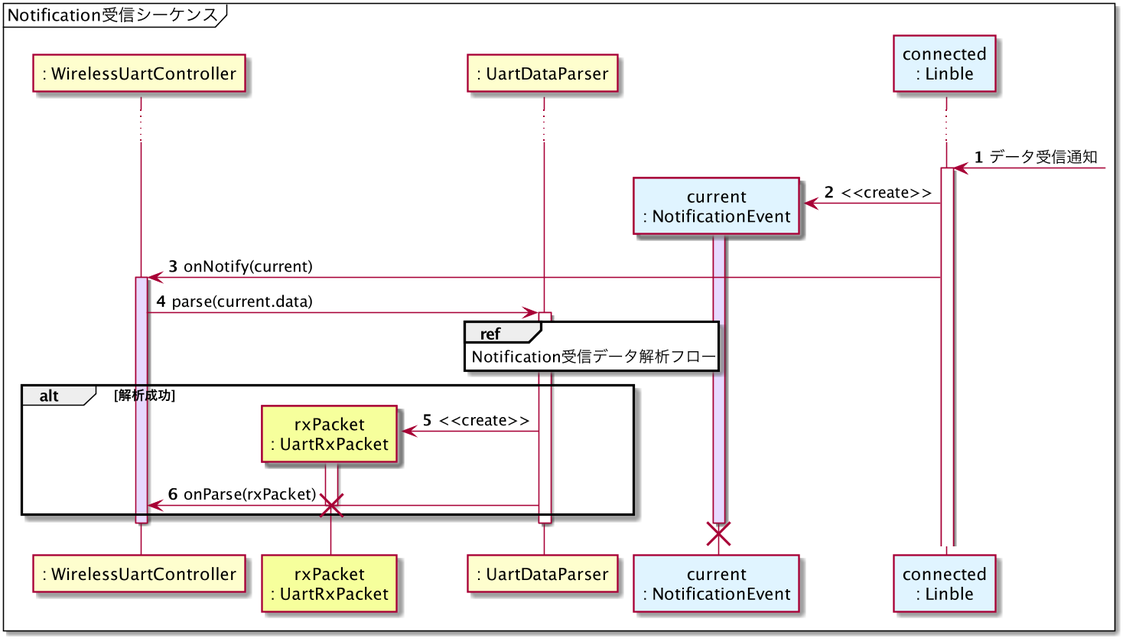
The PlantUML diagram out/plantuml/sequence_handle_notification.png in musen-connect-inc/linble-sample-wireless-uart, before a commit. Source of this version:
```plantuml
@startuml sequence_handle_notification
skinparamlocked dpi 150

mainframe Notification受信シーケンス

participant ": WirelessUartController" as WirelessUartController
participant "rxPacket\n: UartRxPacket" as UartRxPacket #f6ff9c
participant ": UartDataParser" as UartDataParser
participant "current\n: NotificationEvent" as NotificationEvent #e0f4ff
participant "connected\n: Linble" as Linble #e0f4ff

autonumber

...

Linble <-]: データ受信通知
activate Linble

create NotificationEvent
Linble -> NotificationEvent: <<create>>
activate NotificationEvent #e7d9ff

Linble -> WirelessUartController: onNotify(current)
activate WirelessUartController #e7d9ff

WirelessUartController -> UartDataParser: parse(current.data)
activate UartDataParser
ref over UartDataParser: Notification受信データ解析フロー
alt 解析成功
create UartRxPacket
UartDataParser -> UartRxPacket: <<create>>
activate UartRxPacket
UartDataParser -> WirelessUartController: onParse(rxPacket)
destroy UartRxPacket
end
deactivate UartDataParser
deactivate WirelessUartController

destroy NotificationEvent

@enduml
```
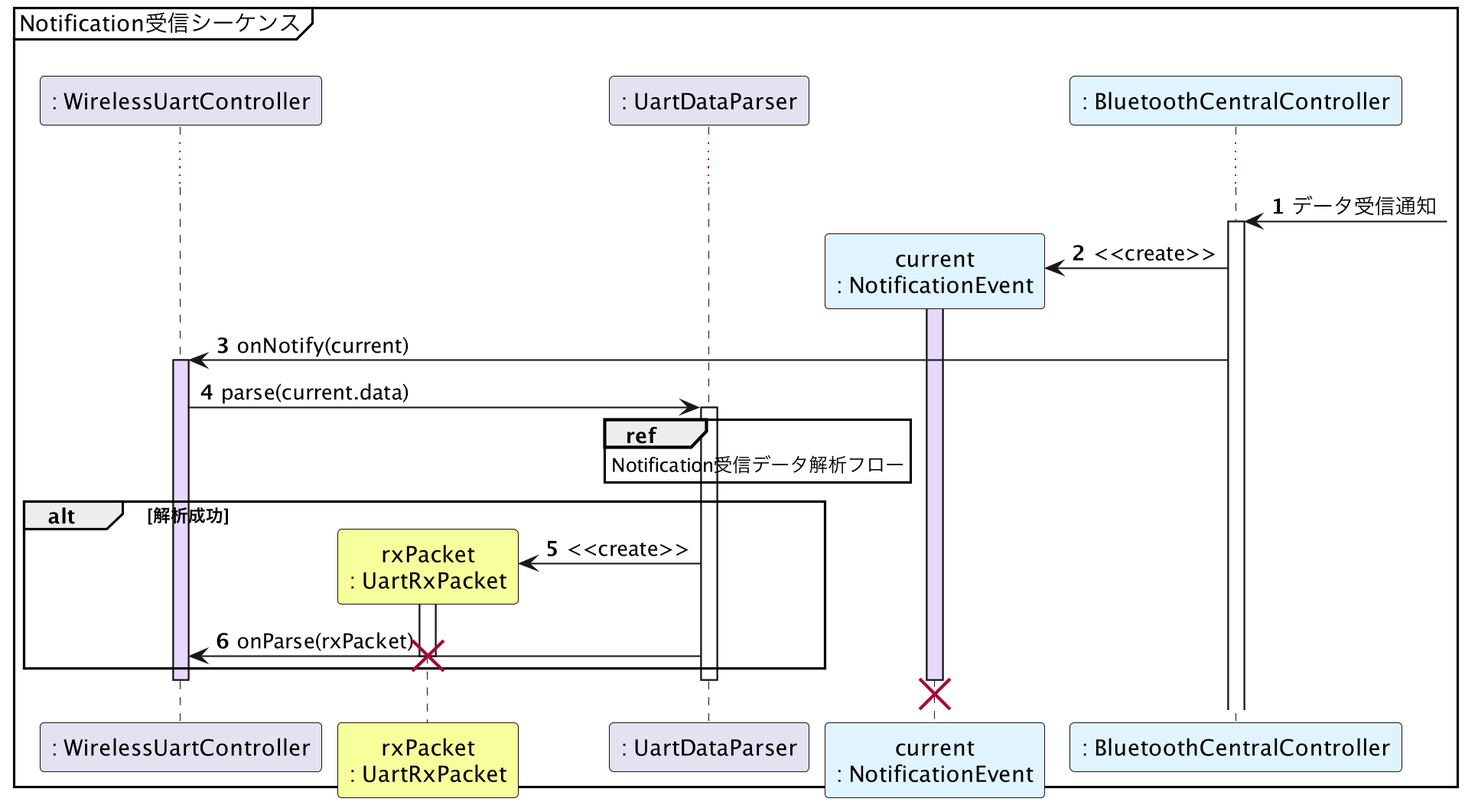
After the commit.

The edit, as a diff of the source:
```diff
@@ -1,5 +1,5 @@
 @startuml sequence_handle_notification
-skinparamlocked dpi 150
+skinparamlocked dpi 200
 
 mainframe Notification受信シーケンス
 
@@ -7,20 +7,20 @@
 participant "rxPacket\n: UartRxPacket" as UartRxPacket #f6ff9c
 participant ": UartDataParser" as UartDataParser
 participant "current\n: NotificationEvent" as NotificationEvent #e0f4ff
-participant "connected\n: Linble" as Linble #e0f4ff
+participant ": BluetoothCentralController" as BluetoothCentralController #e0f4ff
 
 autonumber
 
 ...
 
-Linble <-]: データ受信通知
-activate Linble
+BluetoothCentralController <-]: データ受信通知
+activate BluetoothCentralController
 
 create NotificationEvent
-Linble -> NotificationEvent: <<create>>
+BluetoothCentralController -> NotificationEvent: <<create>>
 activate NotificationEvent #e7d9ff
 
-Linble -> WirelessUartController: onNotify(current)
+BluetoothCentralController -> WirelessUartController: onNotify(current)
 activate WirelessUartController #e7d9ff
 
 WirelessUartController -> UartDataParser: parse(current.data)
```
